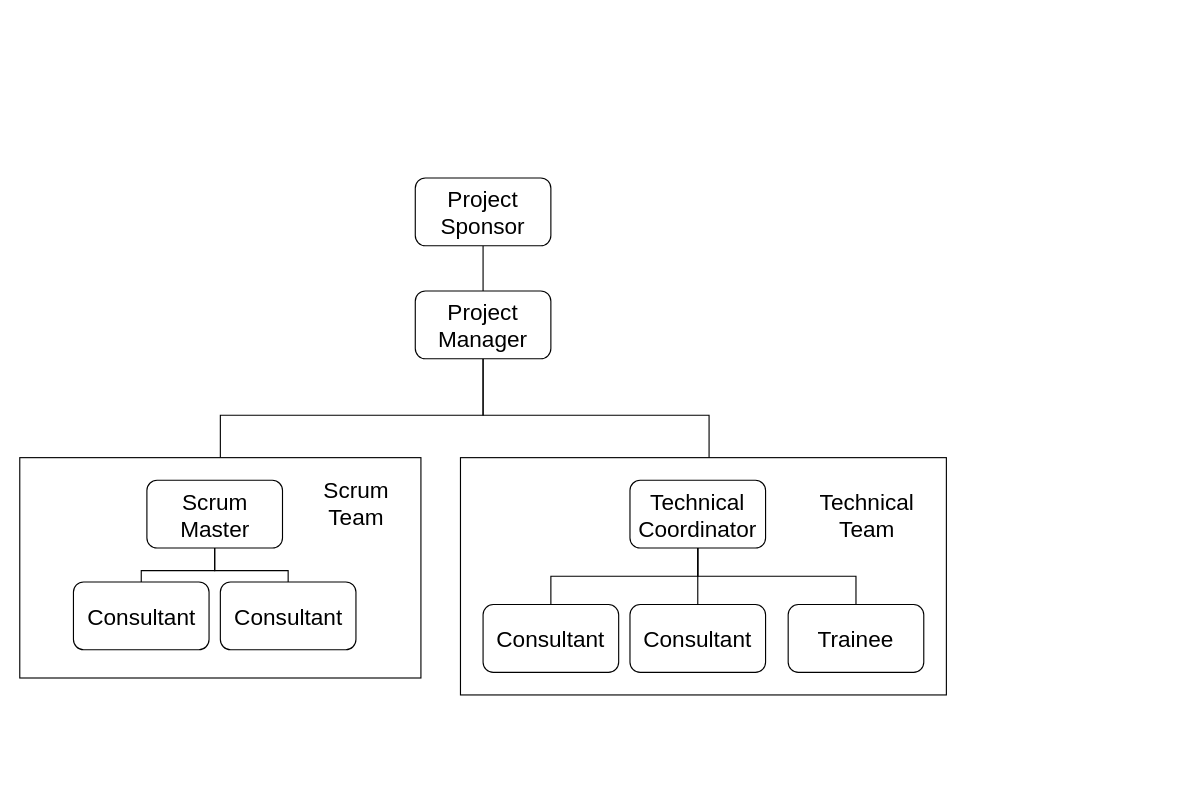
Earlier version of the draw.io diagram OBS.drawio (JRafaelSoares/GPI). Source tidied: cells renumbered, new cells numbered last; positions are measured from the earlier drawing's top-left corner, leaving out a move shared by most shapes. Both pictures are drawn from the tidied source at 113%, with x=0, y=0 at pixel (19, 177).
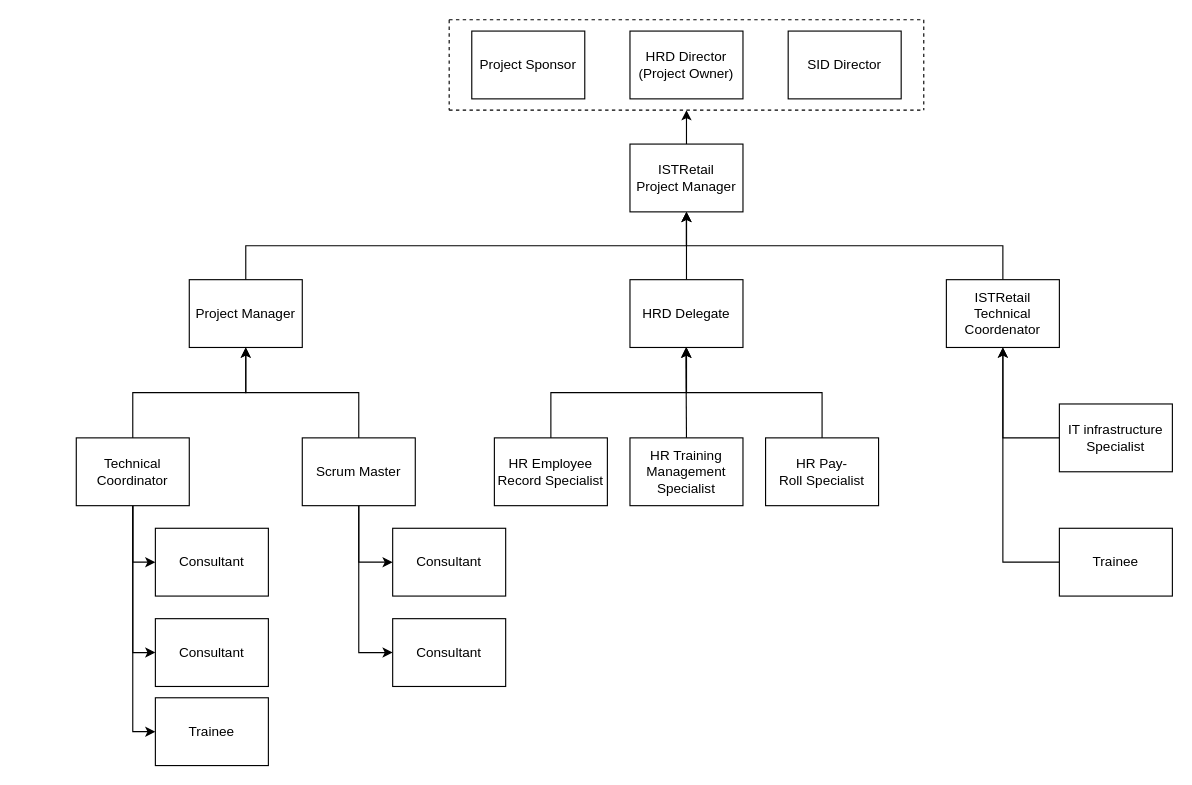
The same page after the edit.

What changed in the source:
```diff
@@
-    <mxCell id="2" style="edgeStyle=orthogonalEdgeStyle;rounded=0;jettySize=auto;html=1;entryX=0.5;entryY=0;entryDx=0;entryDy=0;endArrow=none;endFill=0;" parent="1" edge="1" source="3" target="6">
-      <mxGeometry relative="1" as="geometry" />
-    </mxCell>
-    <mxCell id="3" value="&lt;font style=&quot;font-size: 20px&quot;&gt;Project Sponsor&lt;/font&gt;" style="rounded=1;whiteSpace=wrap;html=1;" parent="1" vertex="1">
-      <mxGeometry x="350" width="120" height="60" as="geometry" />
+    <mxCell id="3" value="Project Sponsor" style="rounded=0;whiteSpace=wrap;html=1;" parent="1" vertex="1">
+      <mxGeometry x="400" y="-130" width="100" height="60" as="geometry" />
     </mxCell>
-    <mxCell id="4" style="edgeStyle=orthogonalEdgeStyle;rounded=0;jettySize=auto;html=1;entryX=0.5;entryY=0;entryDx=0;entryDy=0;endArrow=none;endFill=0;" parent="1" edge="1" source="6" target="8">
-      <mxGeometry relative="1" as="geometry">
-        <Array as="points">
-          <mxPoint x="410" y="210" />
-          <mxPoint x="178" y="210" />
-        </Array>
-      </mxGeometry>
-    </mxCell>
-    <mxCell id="5" style="edgeStyle=orthogonalEdgeStyle;rounded=0;jettySize=auto;html=1;entryX=0.5;entryY=0;entryDx=0;entryDy=0;endArrow=none;endFill=0;exitX=0.5;exitY=1;exitDx=0;exitDy=0;" parent="1" edge="1" source="6" target="17">
-      <mxGeometry relative="1" as="geometry">
-        <Array as="points">
-          <mxPoint x="410" y="210" />
-          <mxPoint x="610" y="210" />
-          <mxPoint x="610" y="268" />
-        </Array>
-      </mxGeometry>
-    </mxCell>
+    <mxCell id="25" style="edgeStyle=orthogonalEdgeStyle;rounded=0;jettySize=auto;html=1;exitX=0.5;exitY=0;exitDx=0;exitDy=0;entryX=0.5;entryY=1;entryDx=0;entryDy=0;" parent="1" edge="1" source="6" target="41">
+      <mxGeometry relative="1" as="geometry" />
+    </mxCell>
-    <mxCell id="6" value="&lt;font style=&quot;font-size: 20px&quot;&gt;Project Manager&lt;/font&gt;" style="rounded=1;whiteSpace=wrap;html=1;" parent="1" vertex="1">
-      <mxGeometry x="350" y="100" width="120" height="60" as="geometry" />
+    <mxCell id="6" value="Project Manager" style="rounded=0;whiteSpace=wrap;html=1;" parent="1" vertex="1">
+      <mxGeometry x="150" y="90" width="100" height="60" as="geometry" />
     </mxCell>
-    <mxCell id="7" style="group;" parent="1" vertex="1">
-      <mxGeometry y="247.5" width="355" height="195" as="geometry" />
-    </mxCell>
-    <mxCell id="8" style="rounded=0;whiteSpace=wrap;html=1;" parent="7" vertex="1">
-      <mxGeometry width="355" height="195" as="geometry" />
-    </mxCell>
+    <mxCell id="26" style="edgeStyle=orthogonalEdgeStyle;rounded=0;jettySize=auto;html=1;exitX=0.5;exitY=1;exitDx=0;exitDy=0;entryX=0;entryY=0.5;entryDx=0;entryDy=0;" parent="1" edge="1" source="17" target="30">
+      <mxGeometry relative="1" as="geometry" />
+    </mxCell>
+    <mxCell id="27" style="edgeStyle=orthogonalEdgeStyle;rounded=0;jettySize=auto;html=1;exitX=0.5;exitY=1;exitDx=0;exitDy=0;entryX=0;entryY=0.5;entryDx=0;entryDy=0;" parent="1" edge="1" source="17" target="31">
+      <mxGeometry relative="1" as="geometry" />
+    </mxCell>
+    <mxCell id="28" style="edgeStyle=orthogonalEdgeStyle;rounded=0;jettySize=auto;html=1;exitX=0.5;exitY=1;exitDx=0;exitDy=0;entryX=0;entryY=0.5;entryDx=0;entryDy=0;" parent="1" edge="1" source="17" target="32">
+      <mxGeometry relative="1" as="geometry" />
+    </mxCell>
+    <mxCell id="29" style="edgeStyle=orthogonalEdgeStyle;rounded=0;jettySize=auto;html=1;exitX=0.5;exitY=0;exitDx=0;exitDy=0;entryX=0.5;entryY=1;entryDx=0;entryDy=0;" parent="1" edge="1" source="17" target="6">
+      <mxGeometry relative="1" as="geometry" />
+    </mxCell>
+    <mxCell id="17" value="Technical Coordinator" style="rounded=0;whiteSpace=wrap;html=1;" parent="1" vertex="1">
+      <mxGeometry x="50" y="230" width="100" height="60" as="geometry" />
+    </mxCell>
+    <mxCell id="30" value="Consultant" style="rounded=0;whiteSpace=wrap;html=1;" parent="1" vertex="1">
+      <mxGeometry x="120" y="310" width="100" height="60" as="geometry" />
+    </mxCell>
+    <mxCell id="31" value="Consultant" style="rounded=0;whiteSpace=wrap;html=1;" parent="1" vertex="1">
+      <mxGeometry x="120" y="390" width="100" height="60" as="geometry" />
+    </mxCell>
+    <mxCell id="32" value="Trainee" style="rounded=0;whiteSpace=wrap;html=1;" parent="1" vertex="1">
+      <mxGeometry x="120" y="460" width="100" height="60" as="geometry" />
+    </mxCell>
+    <mxCell id="33" style="edgeStyle=orthogonalEdgeStyle;rounded=0;jettySize=auto;html=1;exitX=0.5;exitY=1;exitDx=0;exitDy=0;entryX=0;entryY=0.5;entryDx=0;entryDy=0;" parent="1" edge="1" source="9" target="36">
+      <mxGeometry relative="1" as="geometry" />
+    </mxCell>
+    <mxCell id="34" style="edgeStyle=orthogonalEdgeStyle;rounded=0;jettySize=auto;html=1;exitX=0.5;exitY=1;exitDx=0;exitDy=0;entryX=0;entryY=0.5;entryDx=0;entryDy=0;" parent="1" edge="1" source="9" target="37">
+      <mxGeometry relative="1" as="geometry" />
+    </mxCell>
+    <mxCell id="35" style="edgeStyle=orthogonalEdgeStyle;rounded=0;jettySize=auto;html=1;exitX=0.5;exitY=0;exitDx=0;exitDy=0;entryX=0.5;entryY=1;entryDx=0;entryDy=0;" parent="1" edge="1" source="9" target="6">
+      <mxGeometry relative="1" as="geometry" />
+    </mxCell>
-    <mxCell id="9" value="&lt;font style=&quot;font-size: 20px&quot;&gt;Scrum Master&lt;/font&gt;" style="rounded=1;whiteSpace=wrap;html=1;" parent="7" vertex="1">
-      <mxGeometry x="112.5" y="20" width="120" height="60" as="geometry" />
+    <mxCell id="9" value="Scrum Master" style="rounded=0;whiteSpace=wrap;html=1;" parent="1" vertex="1">
+      <mxGeometry x="250" y="230" width="100" height="60" as="geometry" />
     </mxCell>
-    <mxCell id="10" style="edgeStyle=orthogonalEdgeStyle;rounded=0;jettySize=auto;html=1;endArrow=none;endFill=0;" parent="7" edge="1" source="9" target="12">
-      <mxGeometry relative="1" as="geometry" />
-    </mxCell>
-    <mxCell id="11" style="edgeStyle=orthogonalEdgeStyle;rounded=0;jettySize=auto;html=1;entryX=0.5;entryY=0;entryDx=0;entryDy=0;endArrow=none;endFill=0;" parent="7" edge="1" source="9" target="13">
-      <mxGeometry relative="1" as="geometry" />
-    </mxCell>
-    <mxCell id="12" value="&lt;font style=&quot;font-size: 20px&quot;&gt;Consultant&lt;/font&gt;" style="rounded=1;whiteSpace=wrap;html=1;" parent="7" vertex="1">
-      <mxGeometry x="47.5" y="110" width="120" height="60" as="geometry" />
-    </mxCell>
-    <mxCell id="13" value="&lt;font style=&quot;font-size: 20px&quot;&gt;Consultant&lt;/font&gt;" style="rounded=1;whiteSpace=wrap;html=1;" parent="7" vertex="1">
-      <mxGeometry x="177.5" y="110" width="120" height="60" as="geometry" />
-    </mxCell>
-    <mxCell id="14" value="&lt;font style=&quot;font-size: 20px&quot;&gt;Scrum Team&lt;/font&gt;" style="text;html=1;strokeColor=none;fillColor=none;align=center;verticalAlign=middle;whiteSpace=wrap;rounded=0;" parent="7" vertex="1">
-      <mxGeometry x="277.5" y="30" width="40" height="20" as="geometry" />
-    </mxCell>
-    <mxCell id="15" style="group;" parent="1" vertex="1">
-      <mxGeometry x="390" y="247.5" width="430" height="210" as="geometry" />
-    </mxCell>
-    <mxCell id="16" style="rounded=0;whiteSpace=wrap;html=1;" parent="15" vertex="1">
-      <mxGeometry width="430" height="210" as="geometry" />
-    </mxCell>
-    <mxCell id="17" value="&lt;font style=&quot;font-size: 20px&quot;&gt;Technical Coordinator&lt;/font&gt;" style="rounded=1;whiteSpace=wrap;html=1;" parent="15" vertex="1">
-      <mxGeometry x="150" y="20" width="120" height="60" as="geometry" />
-    </mxCell>
-    <mxCell id="18" value="&lt;font style=&quot;font-size: 20px&quot;&gt;Consultant&lt;/font&gt;" style="rounded=1;whiteSpace=wrap;html=1;" parent="15" vertex="1">
-      <mxGeometry x="20" y="130" width="120" height="60" as="geometry" />
-    </mxCell>
-    <mxCell id="19" style="edgeStyle=orthogonalEdgeStyle;rounded=0;jettySize=auto;html=1;entryX=0.5;entryY=0;entryDx=0;entryDy=0;endArrow=none;endFill=0;exitX=0.5;exitY=1;exitDx=0;exitDy=0;" parent="15" edge="1" source="17" target="18">
-      <mxGeometry relative="1" as="geometry" />
-    </mxCell>
-    <mxCell id="20" value="&lt;font style=&quot;font-size: 20px&quot;&gt;Consultant&lt;/font&gt;" style="rounded=1;whiteSpace=wrap;html=1;" parent="15" vertex="1">
-      <mxGeometry x="150" y="130" width="120" height="60" as="geometry" />
-    </mxCell>
-    <mxCell id="21" style="edgeStyle=orthogonalEdgeStyle;rounded=0;jettySize=auto;html=1;entryX=0.5;entryY=0;entryDx=0;entryDy=0;endArrow=none;endFill=0;" parent="15" edge="1" source="17" target="20">
-      <mxGeometry relative="1" as="geometry" />
-    </mxCell>
-    <mxCell id="22" value="&lt;font style=&quot;font-size: 20px&quot;&gt;Trainee&lt;/font&gt;" style="rounded=1;whiteSpace=wrap;html=1;" parent="15" vertex="1">
-      <mxGeometry x="290" y="130" width="120" height="60" as="geometry" />
-    </mxCell>
-    <mxCell id="23" style="edgeStyle=orthogonalEdgeStyle;rounded=0;jettySize=auto;html=1;entryX=0.5;entryY=0;entryDx=0;entryDy=0;endArrow=none;endFill=0;exitX=0.5;exitY=1;exitDx=0;exitDy=0;" parent="15" edge="1" source="17" target="22">
-      <mxGeometry relative="1" as="geometry" />
-    </mxCell>
-    <mxCell id="24" value="&lt;font style=&quot;font-size: 20px&quot;&gt;Technical Team&lt;/font&gt;" style="text;html=1;strokeColor=none;fillColor=none;align=center;verticalAlign=middle;whiteSpace=wrap;rounded=0;" parent="15" vertex="1">
-      <mxGeometry x="340" y="40" width="40" height="20" as="geometry" />
-    </mxCell>
+    <mxCell id="36" value="Consultant" style="rounded=0;whiteSpace=wrap;html=1;" parent="1" vertex="1">
+      <mxGeometry x="330" y="310" width="100" height="60" as="geometry" />
+    </mxCell>
+    <mxCell id="37" value="Consultant" style="rounded=0;whiteSpace=wrap;html=1;" parent="1" vertex="1">
+      <mxGeometry x="330" y="390" width="100" height="60" as="geometry" />
+    </mxCell>
+    <mxCell id="38" value="HRD Director&lt;br&gt;(Project Owner)" style="rounded=0;whiteSpace=wrap;html=1;" parent="1" vertex="1">
+      <mxGeometry x="540" y="-130" width="100" height="60" as="geometry" />
+    </mxCell>
+    <mxCell id="39" value="SID Director" style="rounded=0;whiteSpace=wrap;html=1;" parent="1" vertex="1">
+      <mxGeometry x="680" y="-130" width="100" height="60" as="geometry" />
+    </mxCell>
+    <mxCell id="40" style="edgeStyle=orthogonalEdgeStyle;rounded=0;jettySize=auto;html=1;exitX=0.5;exitY=0;exitDx=0;exitDy=0;" parent="1" edge="1" source="41">
+      <mxGeometry relative="1" as="geometry">
+        <mxPoint x="590" y="-60" as="targetPoint" />
+        <Array as="points">
+          <mxPoint x="590" y="-60" />
+        </Array>
+      </mxGeometry>
+    </mxCell>
+    <mxCell id="41" value="ISTRetail&lt;br&gt;Project Manager" style="rounded=0;whiteSpace=wrap;html=1;" parent="1" vertex="1">
+      <mxGeometry x="540" y="-30" width="100" height="60" as="geometry" />
+    </mxCell>
+    <mxCell id="42" style="endArrow=none;dashed=1;html=1;" parent="1" edge="1">
+      <mxGeometry relative="1" as="geometry">
+        <mxPoint x="380" y="-60" as="sourcePoint" />
+        <mxPoint x="800" y="-60" as="targetPoint" />
+      </mxGeometry>
+    </mxCell>
+    <mxCell id="43" style="endArrow=none;dashed=1;html=1;" parent="1" edge="1">
+      <mxGeometry relative="1" as="geometry">
+        <mxPoint x="800" y="-140" as="sourcePoint" />
+        <mxPoint x="800" y="-60" as="targetPoint" />
+      </mxGeometry>
+    </mxCell>
+    <mxCell id="44" style="endArrow=none;dashed=1;html=1;" parent="1" edge="1">
+      <mxGeometry relative="1" as="geometry">
+        <mxPoint x="380" y="-140" as="sourcePoint" />
+        <mxPoint x="800" y="-140" as="targetPoint" />
+      </mxGeometry>
+    </mxCell>
+    <mxCell id="45" style="endArrow=none;dashed=1;html=1;" parent="1" edge="1">
+      <mxGeometry relative="1" as="geometry">
+        <mxPoint x="380" y="-140" as="sourcePoint" />
+        <mxPoint x="380" y="-60" as="targetPoint" />
+      </mxGeometry>
+    </mxCell>
+    <mxCell id="46" style="edgeStyle=orthogonalEdgeStyle;rounded=0;jettySize=auto;html=1;exitX=0.5;exitY=0;exitDx=0;exitDy=0;entryX=0.5;entryY=1;entryDx=0;entryDy=0;" parent="1" edge="1" source="47" target="41">
+      <mxGeometry relative="1" as="geometry" />
+    </mxCell>
+    <mxCell id="47" value="HRD Delegate" style="rounded=0;whiteSpace=wrap;html=1;" parent="1" vertex="1">
+      <mxGeometry x="540" y="90" width="100" height="60" as="geometry" />
+    </mxCell>
+    <mxCell id="48" style="edgeStyle=orthogonalEdgeStyle;rounded=0;jettySize=auto;html=1;exitX=0.5;exitY=0;exitDx=0;exitDy=0;entryX=0.5;entryY=1;entryDx=0;entryDy=0;" parent="1" edge="1" source="49" target="47">
+      <mxGeometry relative="1" as="geometry" />
+    </mxCell>
+    <mxCell id="49" value="HR Employee Record Specialist" style="rounded=0;whiteSpace=wrap;html=1;" parent="1" vertex="1">
+      <mxGeometry x="420" y="230" width="100" height="60" as="geometry" />
+    </mxCell>
+    <mxCell id="50" style="edgeStyle=orthogonalEdgeStyle;rounded=0;jettySize=auto;html=1;exitX=0.5;exitY=0;exitDx=0;exitDy=0;" parent="1" edge="1" source="51">
+      <mxGeometry relative="1" as="geometry">
+        <mxPoint x="589.5" y="150" as="targetPoint" />
+      </mxGeometry>
+    </mxCell>
+    <mxCell id="51" value="HR Training Management Specialist" style="rounded=0;whiteSpace=wrap;html=1;" parent="1" vertex="1">
+      <mxGeometry x="540" y="230" width="100" height="60" as="geometry" />
+    </mxCell>
+    <mxCell id="52" style="edgeStyle=orthogonalEdgeStyle;rounded=0;jettySize=auto;html=1;exitX=0.5;exitY=0;exitDx=0;exitDy=0;entryX=0.5;entryY=1;entryDx=0;entryDy=0;" parent="1" edge="1" source="53" target="47">
+      <mxGeometry relative="1" as="geometry" />
+    </mxCell>
+    <mxCell id="53" value="HR Pay-Roll&amp;nbsp;Specialist" style="rounded=0;whiteSpace=wrap;html=1;" parent="1" vertex="1">
+      <mxGeometry x="660" y="230" width="100" height="60" as="geometry" />
+    </mxCell>
+    <mxCell id="54" style="edgeStyle=orthogonalEdgeStyle;rounded=0;jettySize=auto;html=1;exitX=0.5;exitY=0;exitDx=0;exitDy=0;entryX=0.5;entryY=1;entryDx=0;entryDy=0;" parent="1" edge="1" source="55" target="41">
+      <mxGeometry relative="1" as="geometry" />
+    </mxCell>
+    <mxCell id="55" value="ISTRetail Technical Coordenator" style="rounded=0;whiteSpace=wrap;html=1;" parent="1" vertex="1">
+      <mxGeometry x="820" y="90" width="100" height="60" as="geometry" />
+    </mxCell>
+    <mxCell id="56" style="edgeStyle=orthogonalEdgeStyle;rounded=0;jettySize=auto;html=1;exitX=0;exitY=0.5;exitDx=0;exitDy=0;entryX=0.5;entryY=1;entryDx=0;entryDy=0;" parent="1" edge="1" source="57" target="55">
+      <mxGeometry relative="1" as="geometry" />
+    </mxCell>
+    <mxCell id="57" value="IT infrastructure Specialist" style="rounded=0;whiteSpace=wrap;html=1;" parent="1" vertex="1">
+      <mxGeometry x="920" y="200" width="100" height="60" as="geometry" />
+    </mxCell>
+    <mxCell id="58" style="edgeStyle=orthogonalEdgeStyle;rounded=0;jettySize=auto;html=1;exitX=0;exitY=0.5;exitDx=0;exitDy=0;entryX=0.5;entryY=1;entryDx=0;entryDy=0;" parent="1" edge="1" source="59" target="55">
+      <mxGeometry relative="1" as="geometry" />
+    </mxCell>
+    <mxCell id="59" value="Trainee" style="rounded=0;whiteSpace=wrap;html=1;" parent="1" vertex="1">
+      <mxGeometry x="920" y="310" width="100" height="60" as="geometry" />
+    </mxCell>
```
